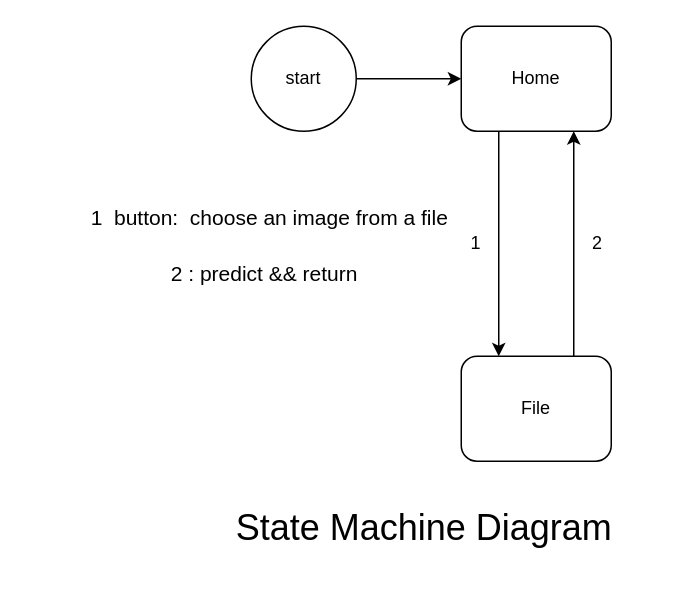
Earlier version of the draw.io diagram state machine diagram.drawio (PTRRT/basic_template). Source tidied: cells renumbered, new cells numbered last; positions are measured from the earlier drawing's top-left corner, leaving out a move shared by most shapes. Both pictures are drawn from the tidied source at 150%, with x=0, y=0 at pixel (86, 26).
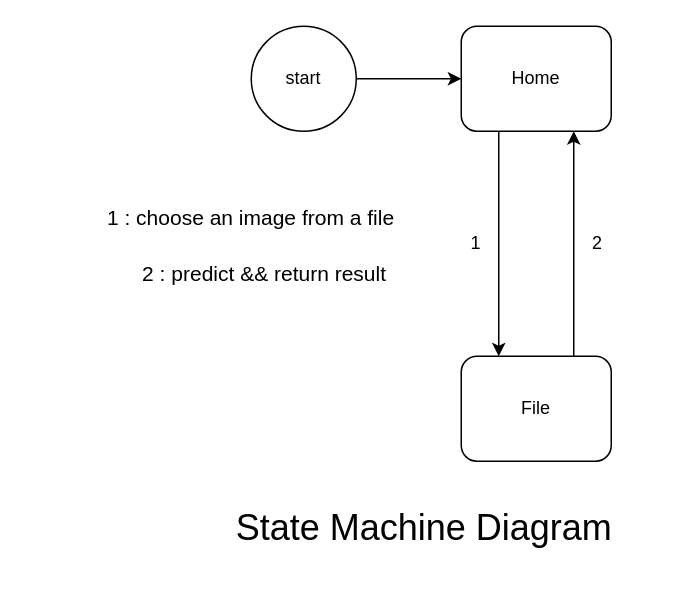
After the change.

Change to the diagram source:
```diff
@@
 <mxGraphModel>
   <root>
     <mxCell id="0" />
     <mxCell id="1" parent="0" />
     <mxCell id="2" style="group;" parent="1" vertex="1">
       <mxGeometry x="110" width="270" height="290" as="geometry" />
     </mxCell>
     <mxCell id="3" value="start" style="ellipse;whiteSpace=wrap;html=1;" parent="2" vertex="1">
       <mxGeometry width="70" height="70" as="geometry" />
     </mxCell>
     <mxCell id="4" value="Home" style="rounded=1;whiteSpace=wrap;html=1;" parent="2" vertex="1">
       <mxGeometry x="140" width="100" height="70" as="geometry" />
     </mxCell>
     <mxCell id="5" style="edgeStyle=orthogonalEdgeStyle;rounded=0;jettySize=auto;html=1;exitX=1;exitY=0.5;exitDx=0;exitDy=0;entryX=0;entryY=0.5;entryDx=0;entryDy=0;" parent="2" edge="1" source="3" target="4">
       <mxGeometry relative="1" as="geometry" />
     </mxCell>
     <mxCell id="6" style="edgeStyle=orthogonalEdgeStyle;rounded=0;jettySize=auto;html=1;exitX=0.75;exitY=0;exitDx=0;exitDy=0;entryX=0.75;entryY=1;entryDx=0;entryDy=0;" parent="2" edge="1" source="7" target="4">
       <mxGeometry relative="1" as="geometry" />
     </mxCell>
     <mxCell id="7" value="File" style="rounded=1;whiteSpace=wrap;html=1;" parent="2" vertex="1">
       <mxGeometry x="140" y="220" width="100" height="70" as="geometry" />
     </mxCell>
     <mxCell id="8" style="edgeStyle=orthogonalEdgeStyle;rounded=0;jettySize=auto;html=1;exitX=0.25;exitY=1;exitDx=0;exitDy=0;entryX=0.25;entryY=0;entryDx=0;entryDy=0;" parent="2" edge="1" source="4" target="7">
       <mxGeometry relative="1" as="geometry" />
     </mxCell>
     <mxCell id="9" value="1" style="text;html=1;strokeColor=none;fillColor=none;align=center;verticalAlign=middle;whiteSpace=wrap;rounded=0;" parent="2" vertex="1">
       <mxGeometry x="120" y="130" width="60" height="30" as="geometry" />
     </mxCell>
     <mxCell id="10" value="2" style="text;html=1;strokeColor=none;fillColor=none;align=center;verticalAlign=middle;whiteSpace=wrap;rounded=0;" parent="2" vertex="1">
       <mxGeometry x="201" y="130" width="60" height="30" as="geometry" />
     </mxCell>
-    <mxCell id="11" value="&lt;font style=&quot;font-size: 14px&quot;&gt;1&amp;nbsp; button:&amp;nbsp; choose an image from a file&lt;/font&gt;" style="text;html=1;strokeColor=none;fillColor=none;align=center;verticalAlign=middle;whiteSpace=wrap;rounded=0;fontSize=24;" parent="2" vertex="1">
-      <mxGeometry x="-110" y="110" width="245" height="30" as="geometry" />
+    <mxCell id="11" value="&lt;font style=&quot;font-size: 14px&quot;&gt;1 : choose an image from a file&lt;/font&gt;" style="text;html=1;strokeColor=none;fillColor=none;align=center;verticalAlign=middle;whiteSpace=wrap;rounded=0;fontSize=24;" parent="2" vertex="1">
+      <mxGeometry x="-150" y="110" width="300" height="30" as="geometry" />
     </mxCell>
     <mxCell id="12" value="&lt;font style=&quot;font-size: 24px&quot;&gt;State Machine Diagram&lt;/font&gt;" style="text;html=1;strokeColor=none;fillColor=none;align=center;verticalAlign=middle;whiteSpace=wrap;rounded=0;" parent="1" vertex="1">
       <mxGeometry x="91" y="310" width="269" height="50" as="geometry" />
     </mxCell>
-    <mxCell id="13" value="2 : predict &amp;amp;&amp;amp; return&amp;nbsp;" style="text;html=1;strokeColor=none;fillColor=none;align=center;verticalAlign=middle;whiteSpace=wrap;rounded=0;fontSize=14;" parent="1" vertex="1">
+    <mxCell id="13" value="2 : predict &amp;amp;&amp;amp; return result&amp;nbsp;" style="text;html=1;strokeColor=none;fillColor=none;align=center;verticalAlign=middle;whiteSpace=wrap;rounded=0;fontSize=14;" parent="1" vertex="1">
       <mxGeometry x="1" y="150" width="240" height="30" as="geometry" />
     </mxCell>
   </root>
 </mxGraphModel>
```
